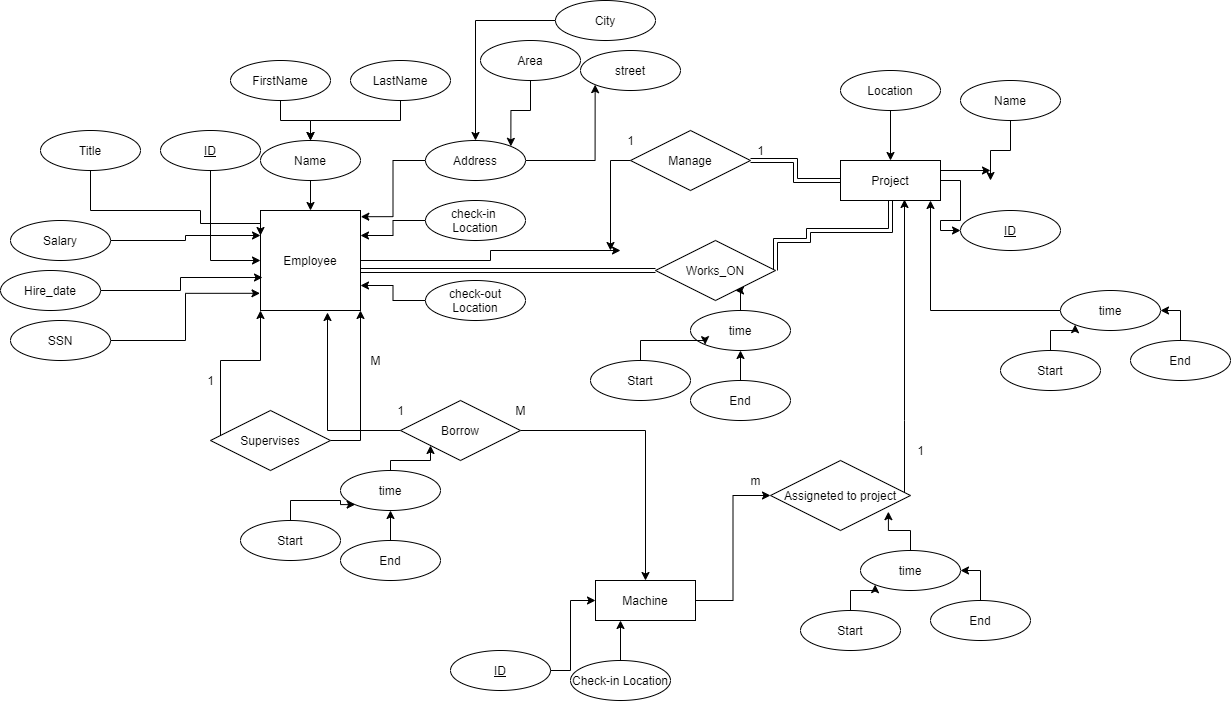
aymanred121/IGEC-Logging-App-Project keeps this draw.io diagram as ERD.png. Above is the earlier version. Source tidied: cells renumbered, new cells last; positions are measured from the earlier drawing's top-left corner, leaving out a move shared by most shapes.
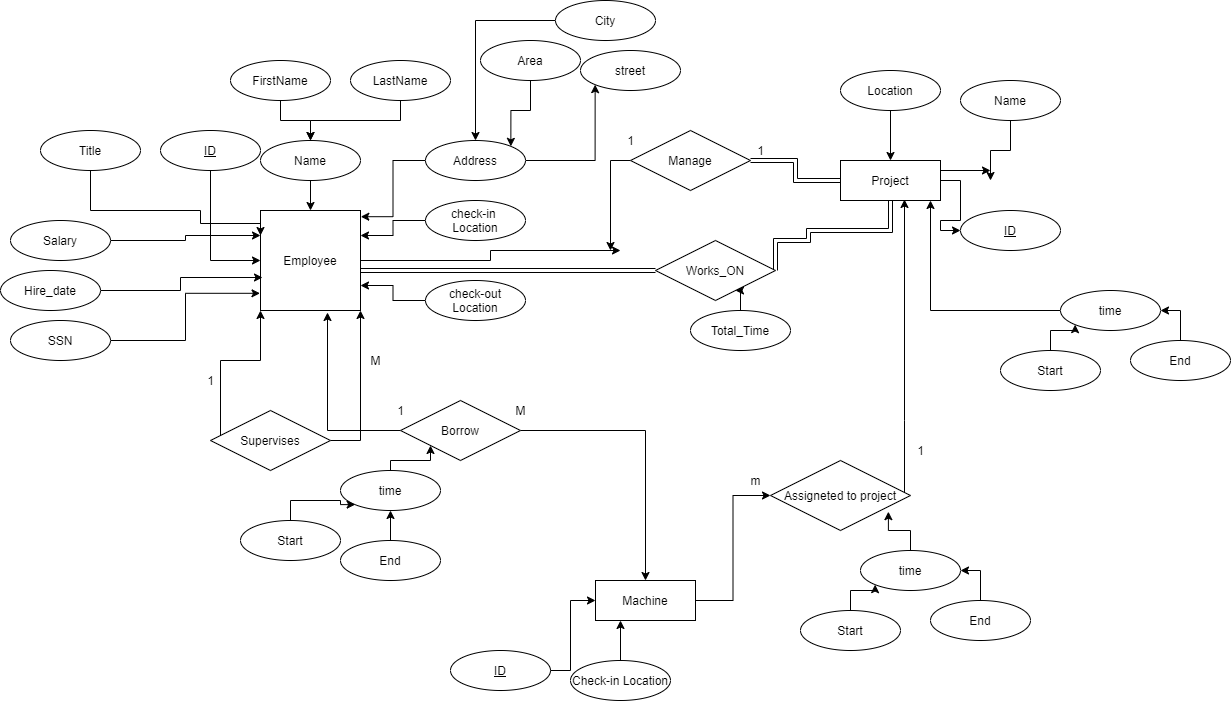
After the change.

The edit, as a diff of the source:
```diff
@@ -173,21 +173,9 @@
     <mxCell id="48" style="edgeStyle=orthogonalEdgeStyle;rounded=0;jettySize=auto;html=1;entryX=0.667;entryY=0.833;entryDx=0;entryDy=0;entryPerimeter=0;strokeColor=#000000;strokeWidth=1;" parent="1" edge="1" source="49" target="47">
       <mxGeometry relative="1" as="geometry" />
     </mxCell>
-    <mxCell id="49" value="time" style="ellipse;whiteSpace=wrap;html=1;align=center;" parent="1" vertex="1">
+    <mxCell id="49" value="Total_Time" style="ellipse;whiteSpace=wrap;html=1;align=center;" parent="1" vertex="1">
       <mxGeometry x="690" y="310" width="100" height="40" as="geometry" />
     </mxCell>
-    <mxCell id="50" style="edgeStyle=orthogonalEdgeStyle;rounded=0;jettySize=auto;html=1;entryX=0;entryY=1;entryDx=0;entryDy=0;strokeColor=#000000;strokeWidth=1;" parent="1" edge="1" source="51" target="49">
-      <mxGeometry relative="1" as="geometry" />
-    </mxCell>
-    <mxCell id="51" value="Start" style="ellipse;whiteSpace=wrap;html=1;align=center;" parent="1" vertex="1">
-      <mxGeometry x="590" y="360" width="100" height="40" as="geometry" />
-    </mxCell>
-    <mxCell id="52" style="edgeStyle=orthogonalEdgeStyle;rounded=0;jettySize=auto;html=1;strokeColor=#000000;strokeWidth=1;" parent="1" edge="1" source="53" target="49">
-      <mxGeometry relative="1" as="geometry" />
-    </mxCell>
-    <mxCell id="53" value="End" style="ellipse;whiteSpace=wrap;html=1;align=center;" parent="1" vertex="1">
-      <mxGeometry x="690" y="380" width="100" height="40" as="geometry" />
-    </mxCell>
     <mxCell id="54" style="edgeStyle=orthogonalEdgeStyle;rounded=0;jettySize=auto;html=1;entryX=0.9;entryY=1;entryDx=0;entryDy=0;entryPerimeter=0;strokeColor=#000000;strokeWidth=1;" parent="1" edge="1" source="55" target="7">
       <mxGeometry relative="1" as="geometry" />
     </mxCell>
```
